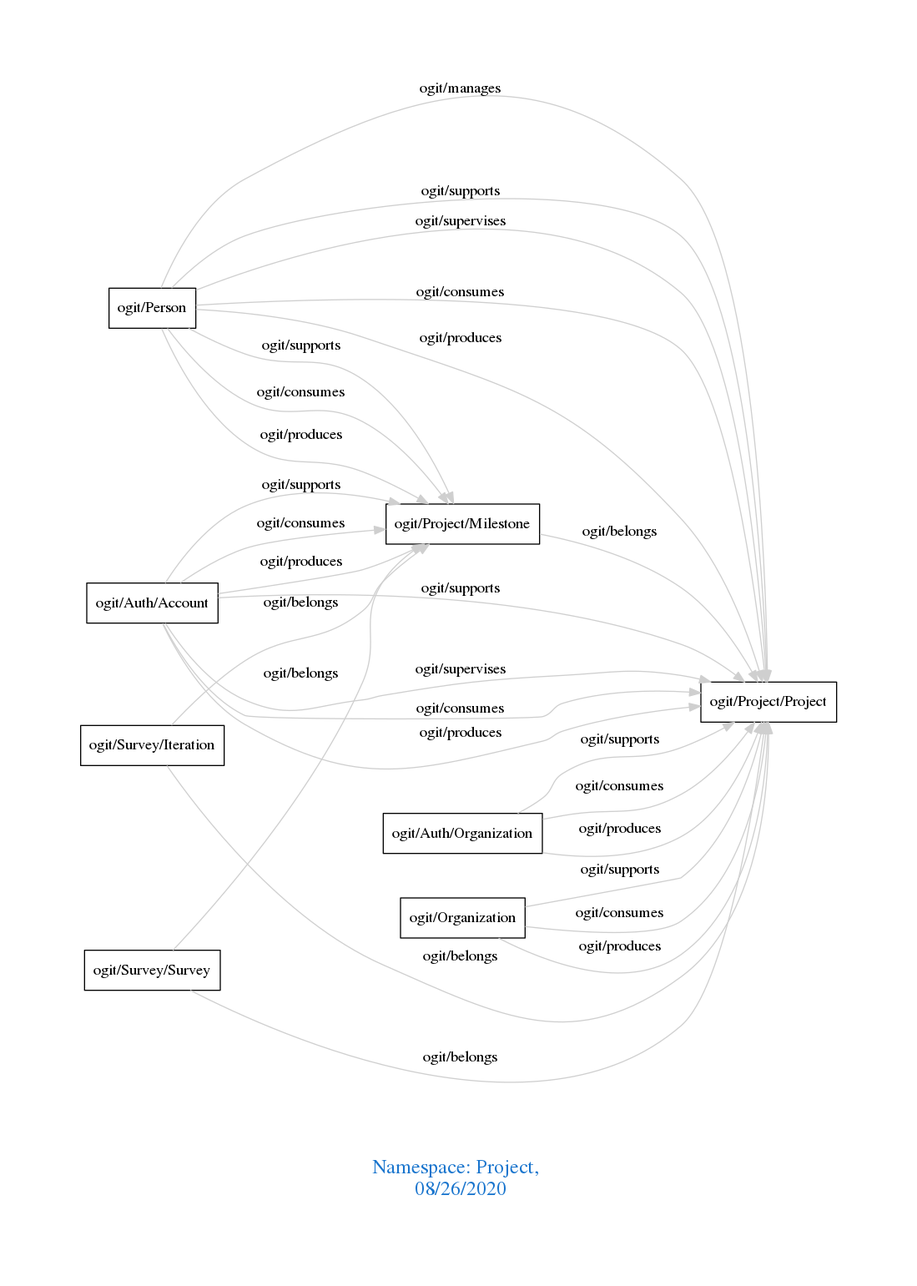
arago/OGIT keeps this Graphviz diagram as downloads/Project.png. Above is the earlier version. Its source is kept beside it as downloads/Project.dot.
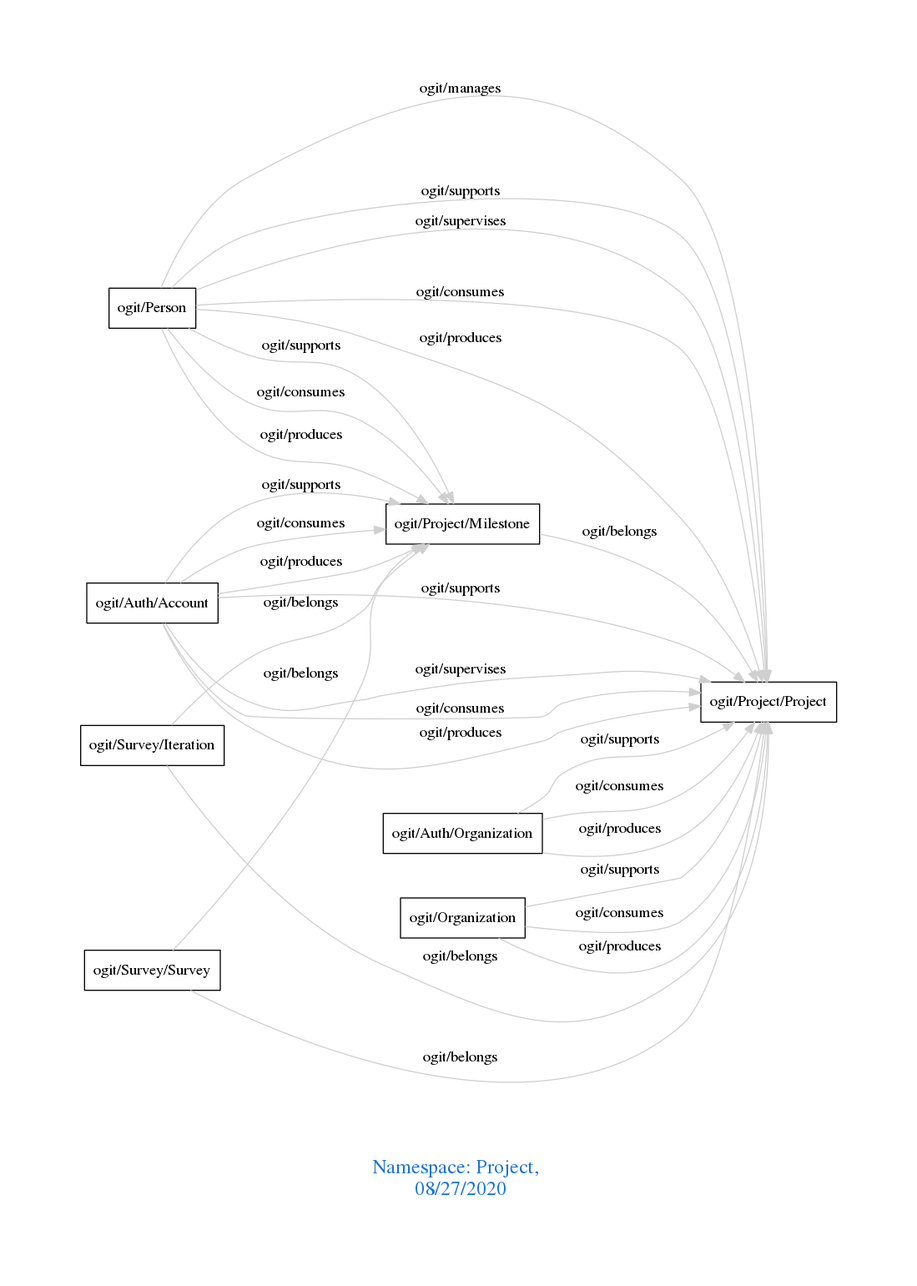
Later version of the same file.

What changed in the source:
```diff
@@ -1,7 +1,7 @@
 digraph OGIT_ontology {
  graph [ rankdir= LR,pad=1
 fontsize = 18,
-fontcolor= dodgerblue3,label = "\n\n\nNamespace: Project, \n 08/26/2020"];
+fontcolor= dodgerblue3,label = "\n\n\nNamespace: Project, \n 08/27/2020"];
 node[shape=polygon];
 edge [  color="gray81"];
 
```
